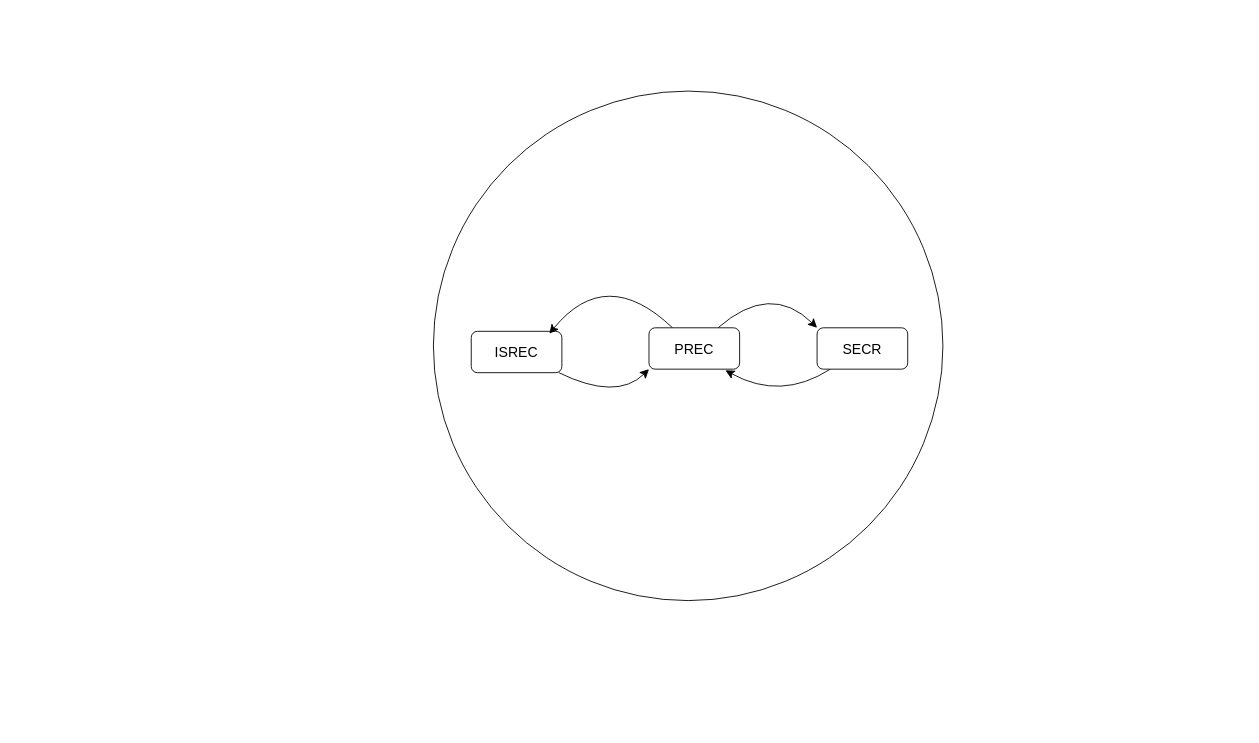
Above: page "Página-1" (1 of 2) of Diagrama sin título.drawio in EstebanGitPro/AdminFinanazas (draw.io), before the change. Source tidied: cells renumbered, new cells numbered last; positions are measured from the earlier drawing's top-left corner, leaving out a move shared by most shapes. Both pictures are drawn from the tidied source at 88%, with x=0, y=0 at pixel (433, 91).
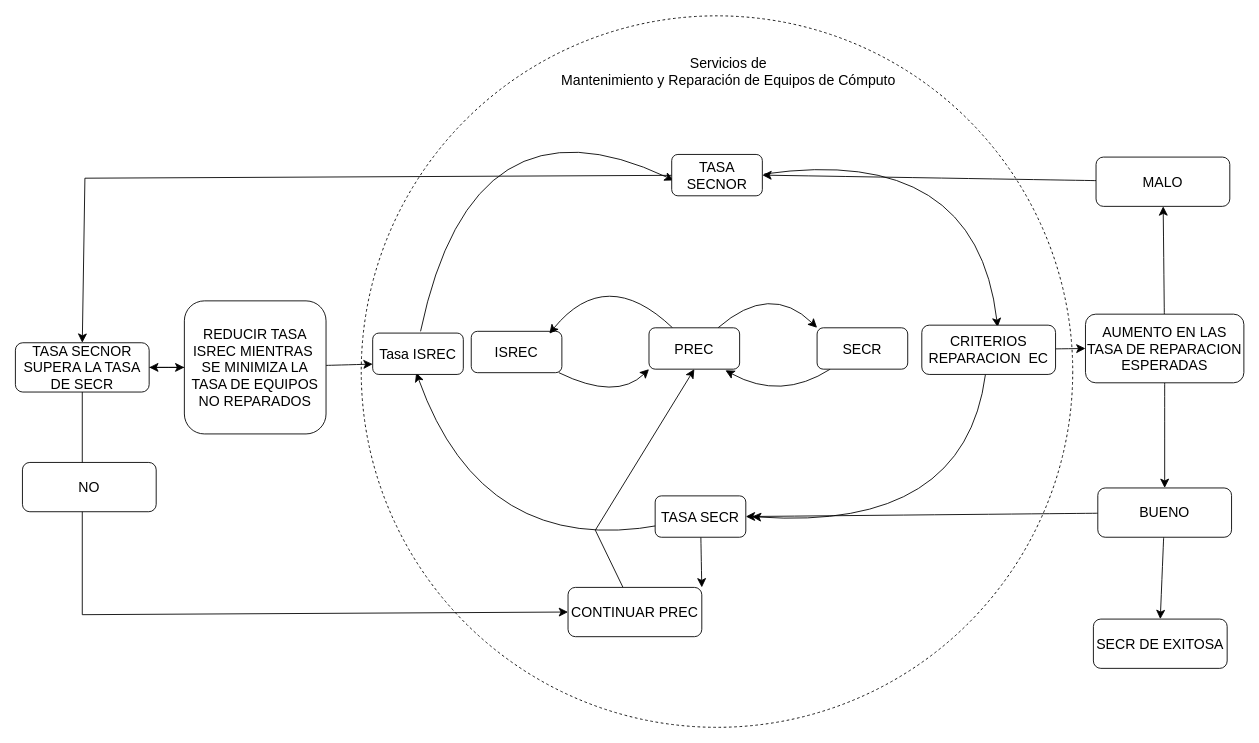
Above is the later version.

Unchanged cells that the change refers to:
```xml
<mxCell id="9" value="PREC" style="rounded=1;whiteSpace=wrap;html=1;fontSize=16;" parent="1" vertex="1">
  <mxGeometry x="245" y="269" width="103" height="47" as="geometry" />
</mxCell>
```

What changed in the source:
```diff
@@
-    <mxCell id="2" style="ellipse;whiteSpace=wrap;html=1;fontSize=16;" parent="1" vertex="1">
-      <mxGeometry width="579" height="579" as="geometry" />
+    <mxCell id="2" style="ellipse;whiteSpace=wrap;html=1;fontSize=16;dashed=1;" parent="1" vertex="1">
+      <mxGeometry x="-82" y="-85.5" width="808.5" height="808.5" as="geometry" />
     </mxCell>
@@
+    <mxCell id="10" style="edgeStyle=none;curved=1;rounded=0;orthogonalLoop=1;jettySize=auto;html=1;entryX=0;entryY=0.5;entryDx=0;entryDy=0;fontSize=12;startSize=8;endSize=8;" parent="1" edge="1">
+      <mxGeometry relative="1" as="geometry">
+        <mxPoint x="-14.6" y="273" as="sourcePoint" />
+        <mxPoint x="273" y="101.5" as="targetPoint" />
+        <Array as="points">
+          <mxPoint x="44" y="-7" />
+        </Array>
+      </mxGeometry>
+    </mxCell>
+    <mxCell id="11" style="edgeStyle=none;curved=1;rounded=0;jettySize=auto;html=1;entryX=0.567;entryY=0.041;entryDx=0;entryDy=0;entryPerimeter=0;fontSize=12;startSize=8;endSize=8;" parent="1" edge="1" target="15">
+      <mxGeometry relative="1" as="geometry">
+        <mxPoint x="376" y="94.2" as="sourcePoint" />
+        <Array as="points">
+          <mxPoint x="617" y="60" />
+        </Array>
+      </mxGeometry>
+    </mxCell>
+    <mxCell id="12" style="edgeStyle=none;orthogonalLoop=1;jettySize=auto;html=1;entryX=0.5;entryY=1;entryDx=0;entryDy=0;fontSize=12;startSize=8;endSize=8;curved=1;" parent="1" edge="1">
+      <mxGeometry relative="1" as="geometry">
+        <mxPoint x="259" y="493.1" as="sourcePoint" />
+        <mxPoint x="-19.5" y="320" as="targetPoint" />
+        <Array as="points">
+          <mxPoint x="56" y="531" />
+        </Array>
+      </mxGeometry>
+    </mxCell>
+    <mxCell id="13" style="edgeStyle=none;curved=1;rounded=0;jettySize=auto;html=1;entryX=1;entryY=0.5;entryDx=0;entryDy=0;fontSize=12;startSize=8;endSize=8;" parent="1" edge="1" source="15">
+      <mxGeometry relative="1" as="geometry">
+        <mxPoint x="362" y="483.5" as="targetPoint" />
+        <Array as="points">
+          <mxPoint x="604" y="500" />
+        </Array>
+      </mxGeometry>
+    </mxCell>
+    <mxCell id="14" style="edgeStyle=none;curved=1;rounded=0;jettySize=auto;html=1;entryX=0;entryY=0.5;entryDx=0;entryDy=0;fontSize=12;startSize=8;endSize=8;" parent="1" edge="1" source="15" target="29">
+      <mxGeometry relative="1" as="geometry" />
+    </mxCell>
+    <mxCell id="15" value="CRITERIOS REPARACION&amp;nbsp; EC" style="rounded=1;whiteSpace=wrap;html=1;fontSize=16;" parent="1" vertex="1">
+      <mxGeometry x="555" y="266" width="152" height="56" as="geometry" />
+    </mxCell>
+    <mxCell id="16" value="Servicios de &lt;br&gt;Mantenimiento y Reparación de Equipos de Cómputo" style="text;html=1;strokeColor=none;fillColor=none;align=center;verticalAlign=middle;whiteSpace=wrap;rounded=0;fontSize=16;" parent="1" vertex="1">
+      <mxGeometry x="129" y="-37" width="412.8" height="30" as="geometry" />
+    </mxCell>
+    <mxCell id="17" style="edgeStyle=none;rounded=0;jettySize=auto;html=1;entryX=0.5;entryY=0;entryDx=0;entryDy=0;fontSize=12;startSize=8;endSize=8;" parent="1" edge="1" source="18" target="32">
+      <mxGeometry relative="1" as="geometry">
+        <Array as="points">
+          <mxPoint x="-396" y="99" />
+        </Array>
+      </mxGeometry>
+    </mxCell>
+    <mxCell id="18" value="TASA SECNOR" style="rounded=1;whiteSpace=wrap;html=1;fontSize=16;" parent="1" vertex="1">
+      <mxGeometry x="270.8" y="72" width="103" height="47" as="geometry" />
+    </mxCell>
+    <mxCell id="19" value="Tasa ISREC" style="rounded=1;whiteSpace=wrap;html=1;fontSize=16;" parent="1" vertex="1">
+      <mxGeometry x="-69" y="275" width="103" height="47" as="geometry" />
+    </mxCell>
+    <mxCell id="20" style="edgeStyle=none;curved=1;rounded=0;jettySize=auto;html=1;entryX=1;entryY=0;entryDx=0;entryDy=0;fontSize=12;startSize=8;endSize=8;" parent="1" edge="1" source="21" target="34">
+      <mxGeometry relative="1" as="geometry" />
+    </mxCell>
+    <mxCell id="21" value="TASA SECR" style="rounded=1;whiteSpace=wrap;html=1;fontSize=16;" parent="1" vertex="1">
+      <mxGeometry x="252" y="460" width="103" height="47" as="geometry" />
+    </mxCell>
+    <mxCell id="22" style="edgeStyle=none;curved=1;rounded=0;jettySize=auto;html=1;entryX=1;entryY=0.5;entryDx=0;entryDy=0;fontSize=12;startSize=8;endSize=8;" parent="1" edge="1" source="24" target="21">
+      <mxGeometry relative="1" as="geometry" />
+    </mxCell>
+    <mxCell id="23" style="edgeStyle=none;curved=1;rounded=0;jettySize=auto;html=1;entryX=0.5;entryY=0;entryDx=0;entryDy=0;fontSize=12;startSize=8;endSize=8;" parent="1" edge="1" source="24" target="39">
+      <mxGeometry relative="1" as="geometry" />
+    </mxCell>
+    <mxCell id="24" value="BUENO" style="rounded=1;whiteSpace=wrap;html=1;fontSize=16;" parent="1" vertex="1">
+      <mxGeometry x="755" y="451" width="152" height="56" as="geometry" />
+    </mxCell>
+    <mxCell id="25" style="edgeStyle=none;curved=1;rounded=0;jettySize=auto;html=1;entryX=1;entryY=0.5;entryDx=0;entryDy=0;fontSize=12;startSize=8;endSize=8;" parent="1" edge="1" source="26" target="18">
+      <mxGeometry relative="1" as="geometry" />
+    </mxCell>
+    <mxCell id="26" value="MALO" style="rounded=1;whiteSpace=wrap;html=1;fontSize=16;" parent="1" vertex="1">
+      <mxGeometry x="753" y="75" width="152" height="56" as="geometry" />
+    </mxCell>
+    <mxCell id="27" style="edgeStyle=none;curved=1;rounded=0;jettySize=auto;html=1;fontSize=12;startSize=8;endSize=8;" parent="1" edge="1" source="29" target="26">
+      <mxGeometry relative="1" as="geometry" />
+    </mxCell>
+    <mxCell id="28" style="edgeStyle=none;curved=1;rounded=0;jettySize=auto;html=1;entryX=0.5;entryY=0;entryDx=0;entryDy=0;fontSize=12;startSize=8;endSize=8;" parent="1" edge="1" source="29" target="24">
+      <mxGeometry relative="1" as="geometry" />
+    </mxCell>
+    <mxCell id="29" value="AUMENTO EN LAS TASA DE REPARACION ESPERADAS" style="rounded=1;whiteSpace=wrap;html=1;fontSize=16;" parent="1" vertex="1">
+      <mxGeometry x="741" y="253.5" width="180" height="78" as="geometry" />
+    </mxCell>
+    <mxCell id="30" style="edgeStyle=none;curved=1;rounded=0;jettySize=auto;html=1;entryX=0;entryY=0.5;entryDx=0;entryDy=0;fontSize=12;startSize=8;endSize=8;" parent="1" edge="1" source="32" target="37">
+      <mxGeometry relative="1" as="geometry" />
+    </mxCell>
+    <mxCell id="31" style="edgeStyle=none;rounded=0;jettySize=auto;html=1;entryX=0;entryY=0.5;entryDx=0;entryDy=0;fontSize=12;startSize=8;endSize=8;" parent="1" edge="1" source="32" target="34">
+      <mxGeometry relative="1" as="geometry">
+        <Array as="points">
+          <mxPoint x="-399" y="595" />
+        </Array>
+      </mxGeometry>
+    </mxCell>
+    <mxCell id="32" value="TASA SECNOR SUPERA LA TASA DE SECR" style="rounded=1;whiteSpace=wrap;html=1;fontSize=16;" parent="1" vertex="1">
+      <mxGeometry x="-475" y="286" width="152" height="56" as="geometry" />
+    </mxCell>
+    <mxCell id="33" style="edgeStyle=none;rounded=0;jettySize=auto;html=1;entryX=0.5;entryY=1;entryDx=0;entryDy=0;fontSize=12;startSize=8;endSize=8;" parent="1" edge="1" source="34" target="9">
+      <mxGeometry relative="1" as="geometry">
+        <Array as="points">
+          <mxPoint x="184" y="499" />
+        </Array>
+      </mxGeometry>
+    </mxCell>
+    <mxCell id="34" value="CONTINUAR PREC" style="rounded=1;whiteSpace=wrap;html=1;fontSize=16;" parent="1" vertex="1">
+      <mxGeometry x="153" y="564" width="152" height="56" as="geometry" />
+    </mxCell>
+    <mxCell id="35" style="edgeStyle=none;curved=1;rounded=0;jettySize=auto;html=1;fontSize=12;startSize=8;endSize=8;" parent="1" edge="1" source="37" target="32">
+      <mxGeometry relative="1" as="geometry" />
+    </mxCell>
+    <mxCell id="36" style="edgeStyle=none;curved=1;rounded=0;jettySize=auto;html=1;entryX=0;entryY=0.75;entryDx=0;entryDy=0;fontSize=12;startSize=8;endSize=8;" parent="1" edge="1" source="37" target="19">
+      <mxGeometry relative="1" as="geometry" />
+    </mxCell>
+    <mxCell id="37" value="REDUCIR TASA ISREC MIENTRAS&amp;nbsp; SE MINIMIZA LA TASA DE EQUIPOS NO REPARADOS" style="rounded=1;whiteSpace=wrap;html=1;fontSize=16;" parent="1" vertex="1">
+      <mxGeometry x="-283" y="238.4" width="161" height="151.2" as="geometry" />
+    </mxCell>
+    <mxCell id="38" value="NO" style="rounded=1;whiteSpace=wrap;html=1;fontSize=16;" parent="1" vertex="1">
+      <mxGeometry x="-467" y="422" width="152" height="56" as="geometry" />
+    </mxCell>
+    <mxCell id="39" value="SECR DE EXITOSA&lt;br&gt;" style="rounded=1;whiteSpace=wrap;html=1;fontSize=16;" parent="1" vertex="1">
+      <mxGeometry x="750" y="600" width="152" height="56" as="geometry" />
+    </mxCell>
```
